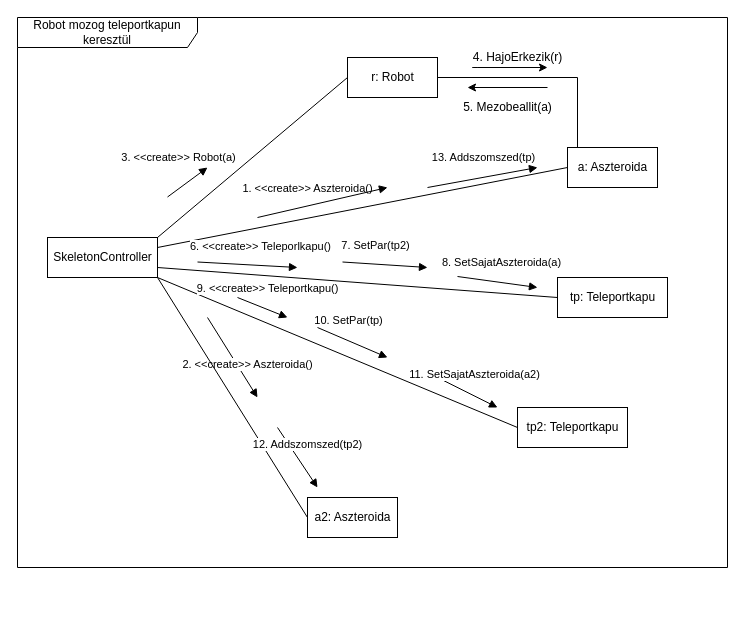
Above: page "RobotTPMozgas" (2 of 3) of doc/kommunikacio/TeleportMozgas.drawio in torpeBoiGo/aszteroidabanyaszat (draw.io), before the change. Source tidied: cells renumbered, new cells numbered last; positions are measured from the earlier drawing's top-left corner, leaving out a move shared by most shapes. Both pictures are drawn from the tidied source at 100%, with x=0, y=0 at pixel (17, 17).
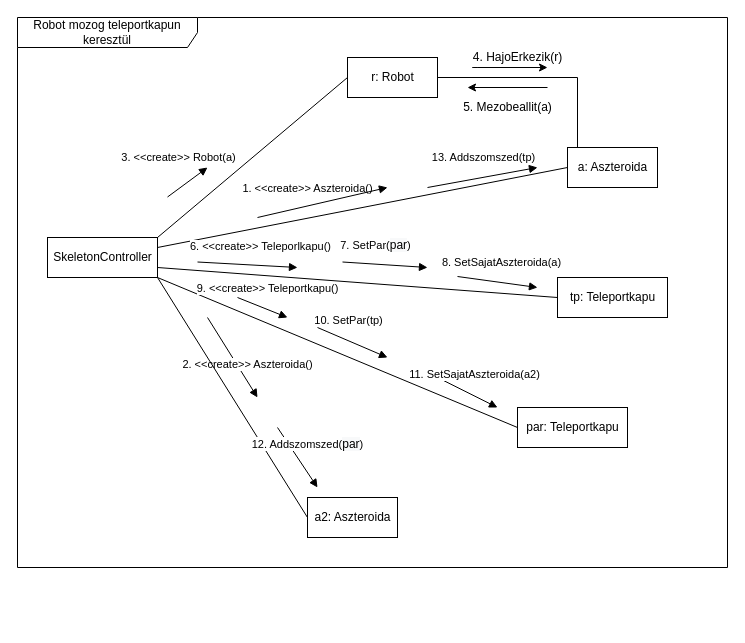
The same diagram, later.

What changed in the source:
```diff
@@
-    <mxCell id="15" value="tp2: Teleportkapu" style="html=1;" parent="1" vertex="1">
+    <mxCell id="15" value="par: Teleportkapu" style="html=1;" parent="1" vertex="1">
       <mxGeometry x="500" y="390" width="110" height="40" as="geometry" />
     </mxCell>
@@
-    <mxCell id="25" value="7. SetPar(tp2)" style="html=1;verticalAlign=bottom;endArrow=block;" parent="1" edge="1">
+    <mxCell id="25" value="7. SetPar(&lt;span style=&quot;font-size: 12px ; background-color: rgb(248 , 249 , 250)&quot;&gt;par&lt;/span&gt;)" style="html=1;verticalAlign=bottom;endArrow=block;" parent="1" edge="1">
       <mxGeometry x="-0.25" y="10" relative="1" as="geometry">
         <mxPoint x="325" y="244.5" as="sourcePoint" />
         <mxPoint x="410" y="250" as="targetPoint" />
       </mxGeometry>
     </mxCell>
-    <mxCell id="26" value="12. Addszomszed(tp2)" style="html=1;verticalAlign=bottom;endArrow=block;" parent="1" edge="1">
+    <mxCell id="26" value="12. Addszomszed(&lt;span style=&quot;font-size: 12px ; background-color: rgb(248 , 249 , 250)&quot;&gt;par&lt;/span&gt;)" style="html=1;verticalAlign=bottom;endArrow=block;" parent="1" edge="1">
       <mxGeometry x="0.06" y="11" relative="1" as="geometry">
         <mxPoint x="260" y="410" as="sourcePoint" />
         <mxPoint x="300" y="470" as="targetPoint" />
       </mxGeometry>
     </mxCell>
```
